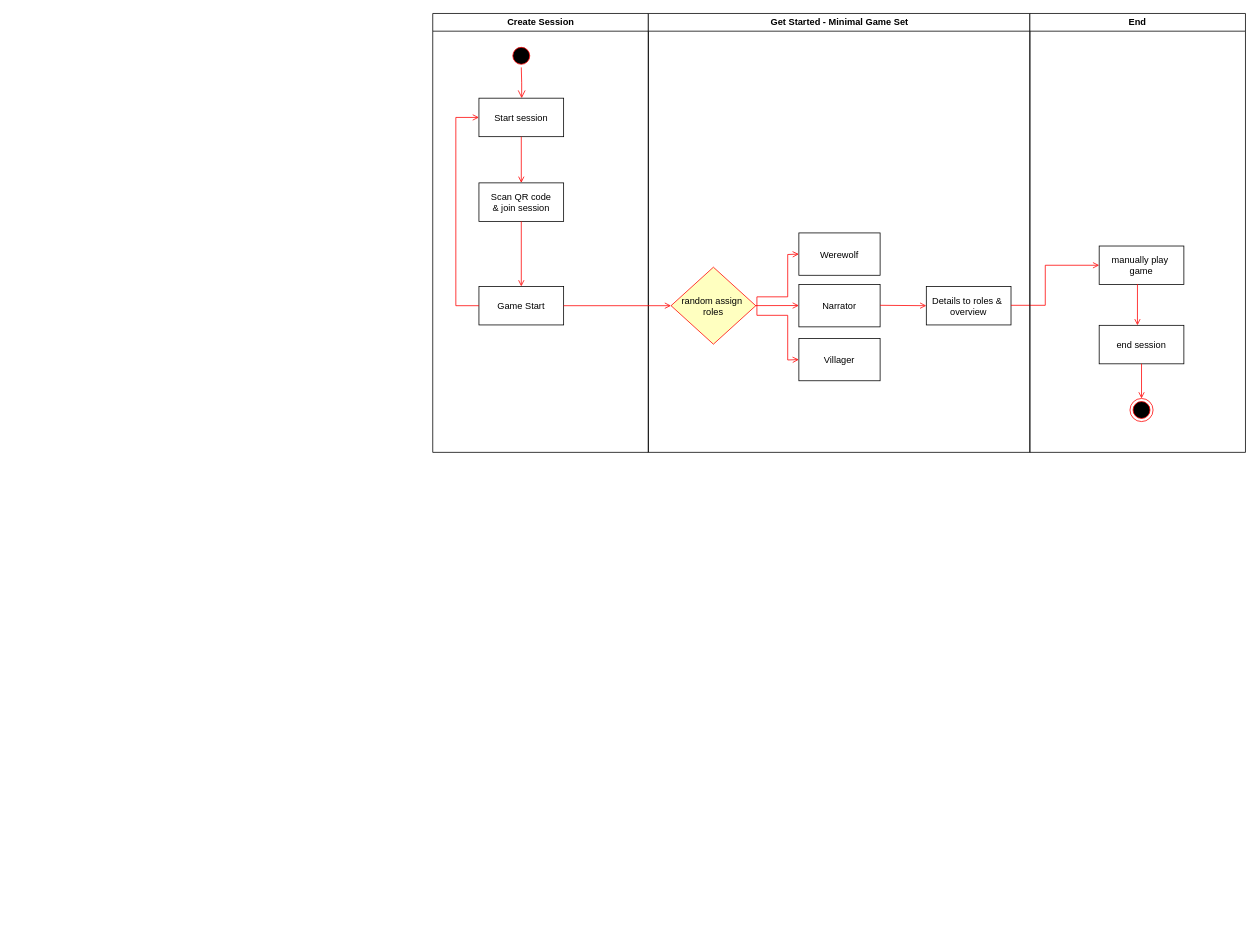
Before: Untitled Diagram.drawio in stefBean/werewolve, a draw.io diagram. Source tidied: cells renumbered, new cells numbered last; positions are measured from the earlier drawing's top-left corner, leaving out a move shared by most shapes. Both pictures are drawn from the tidied source at 77%, with x=0, y=0 at pixel (432, 13).
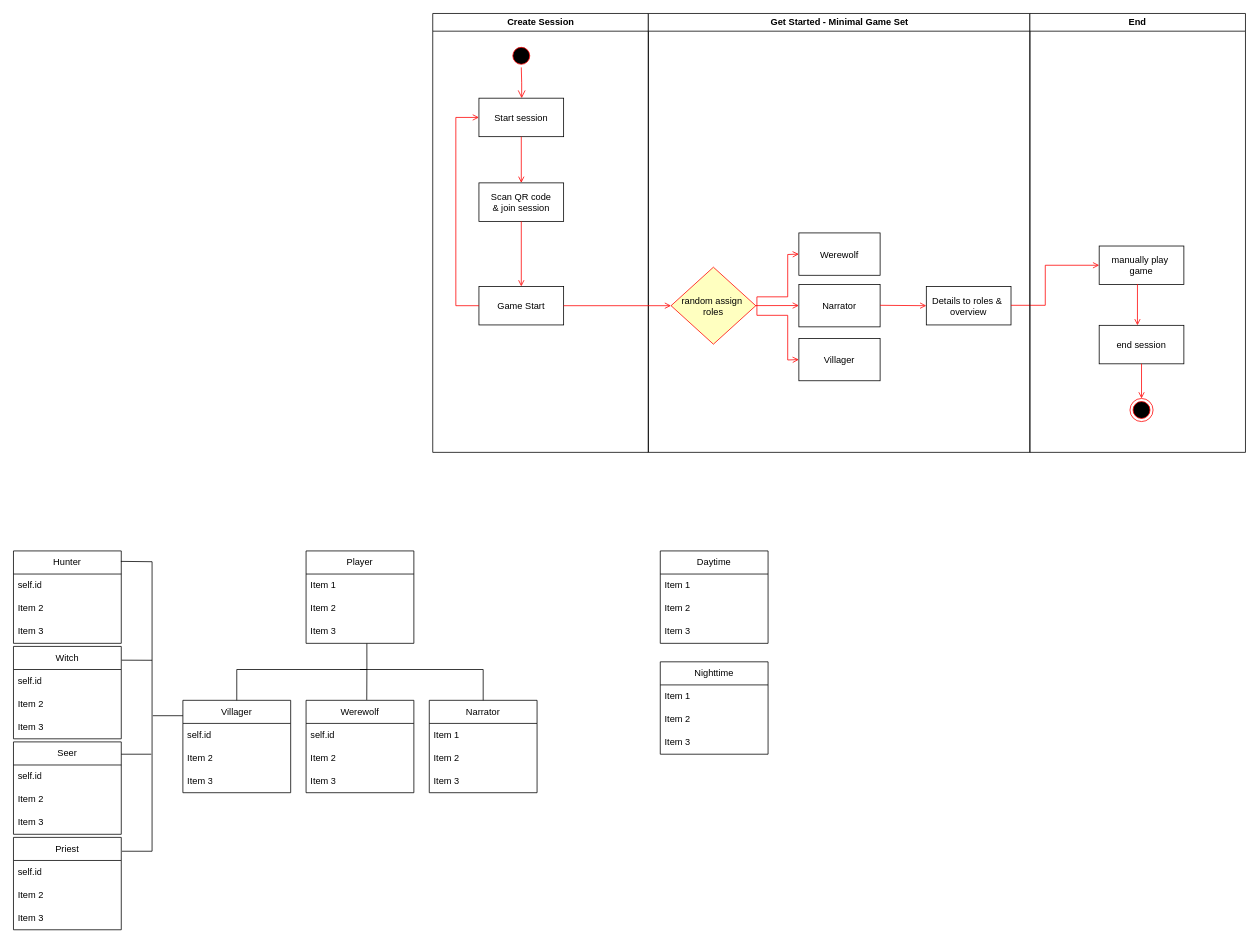
Above is the later version.

Change to the diagram source:
```diff
@@
+    <mxCell id="30" value="Player" style="swimlane;fontStyle=0;horizontal=1;startSize=30;whiteSpace=wrap;html=1;" parent="1" vertex="1">
+      <mxGeometry x="-164" y="698" width="140" height="120" as="geometry" />
+    </mxCell>
+    <mxCell id="31" value="Item 1" style="text;strokeColor=none;fillColor=none;align=left;verticalAlign=middle;spacingLeft=4;spacingRight=4;overflow=hidden;whiteSpace=wrap;html=1;" parent="30" vertex="1">
+      <mxGeometry y="30" width="140" height="30" as="geometry" />
+    </mxCell>
+    <mxCell id="32" value="Item 2" style="text;strokeColor=none;fillColor=none;align=left;verticalAlign=middle;spacingLeft=4;spacingRight=4;overflow=hidden;whiteSpace=wrap;html=1;" parent="30" vertex="1">
+      <mxGeometry y="60" width="140" height="30" as="geometry" />
+    </mxCell>
+    <mxCell id="33" value="Item 3" style="text;strokeColor=none;fillColor=none;align=left;verticalAlign=middle;spacingLeft=4;spacingRight=4;overflow=hidden;points=[[0,0.5],[1,0.5]];portConstraint=eastwest;whiteSpace=wrap;html=1;" parent="30" vertex="1">
+      <mxGeometry y="90" width="140" height="30" as="geometry" />
+    </mxCell>
+    <mxCell id="34" value="Werewolf" style="swimlane;fontStyle=0;horizontal=1;startSize=30;whiteSpace=wrap;html=1;" parent="1" vertex="1">
+      <mxGeometry x="-164" y="892" width="140" height="120" as="geometry" />
+    </mxCell>
+    <mxCell id="35" value="self.id" style="text;strokeColor=none;fillColor=none;align=left;verticalAlign=middle;spacingLeft=4;spacingRight=4;overflow=hidden;whiteSpace=wrap;html=1;" parent="34" vertex="1">
+      <mxGeometry y="30" width="140" height="30" as="geometry" />
+    </mxCell>
+    <mxCell id="36" value="Item 2" style="text;strokeColor=none;fillColor=none;align=left;verticalAlign=middle;spacingLeft=4;spacingRight=4;overflow=hidden;whiteSpace=wrap;html=1;" parent="34" vertex="1">
+      <mxGeometry y="60" width="140" height="30" as="geometry" />
+    </mxCell>
+    <mxCell id="37" value="Item 3" style="text;strokeColor=none;fillColor=none;align=left;verticalAlign=middle;spacingLeft=4;spacingRight=4;overflow=hidden;whiteSpace=wrap;html=1;" parent="34" vertex="1">
+      <mxGeometry y="90" width="140" height="30" as="geometry" />
+    </mxCell>
+    <mxCell id="38" value="Villager" style="swimlane;fontStyle=0;horizontal=1;startSize=30;whiteSpace=wrap;html=1;" parent="1" vertex="1">
+      <mxGeometry x="-324" y="892" width="140" height="120" as="geometry" />
+    </mxCell>
+    <mxCell id="39" value="self.id" style="text;strokeColor=none;fillColor=none;align=left;verticalAlign=middle;spacingLeft=4;spacingRight=4;overflow=hidden;whiteSpace=wrap;html=1;" parent="38" vertex="1">
+      <mxGeometry y="30" width="140" height="30" as="geometry" />
+    </mxCell>
+    <mxCell id="40" value="Item 2" style="text;strokeColor=none;fillColor=none;align=left;verticalAlign=middle;spacingLeft=4;spacingRight=4;overflow=hidden;whiteSpace=wrap;html=1;" parent="38" vertex="1">
+      <mxGeometry y="60" width="140" height="30" as="geometry" />
+    </mxCell>
+    <mxCell id="41" value="Item 3" style="text;strokeColor=none;fillColor=none;align=left;verticalAlign=middle;spacingLeft=4;spacingRight=4;overflow=hidden;whiteSpace=wrap;html=1;" parent="38" vertex="1">
+      <mxGeometry y="90" width="140" height="30" as="geometry" />
+    </mxCell>
+    <mxCell id="42" value="Narrator" style="swimlane;fontStyle=0;horizontal=1;startSize=30;whiteSpace=wrap;html=1;" parent="1" vertex="1">
+      <mxGeometry x="-4" y="892" width="140" height="120" as="geometry" />
+    </mxCell>
+    <mxCell id="43" value="Item 1" style="text;strokeColor=none;fillColor=none;align=left;verticalAlign=middle;spacingLeft=4;spacingRight=4;overflow=hidden;whiteSpace=wrap;html=1;" parent="42" vertex="1">
+      <mxGeometry y="30" width="140" height="30" as="geometry" />
+    </mxCell>
+    <mxCell id="44" value="Item 2" style="text;strokeColor=none;fillColor=none;align=left;verticalAlign=middle;spacingLeft=4;spacingRight=4;overflow=hidden;whiteSpace=wrap;html=1;" parent="42" vertex="1">
+      <mxGeometry y="60" width="140" height="30" as="geometry" />
+    </mxCell>
+    <mxCell id="45" value="Item 3" style="text;strokeColor=none;fillColor=none;align=left;verticalAlign=middle;spacingLeft=4;spacingRight=4;overflow=hidden;whiteSpace=wrap;html=1;" parent="42" vertex="1">
+      <mxGeometry y="90" width="140" height="30" as="geometry" />
+    </mxCell>
+    <mxCell id="46" value="Priest" style="swimlane;fontStyle=0;horizontal=1;startSize=30;whiteSpace=wrap;html=1;" parent="1" vertex="1">
+      <mxGeometry x="-544" y="1070" width="140" height="120" as="geometry" />
+    </mxCell>
+    <mxCell id="47" value="self.id" style="text;strokeColor=none;fillColor=none;align=left;verticalAlign=middle;spacingLeft=4;spacingRight=4;overflow=hidden;whiteSpace=wrap;html=1;" parent="46" vertex="1">
+      <mxGeometry y="30" width="140" height="30" as="geometry" />
+    </mxCell>
+    <mxCell id="48" value="Item 2" style="text;strokeColor=none;fillColor=none;align=left;verticalAlign=middle;spacingLeft=4;spacingRight=4;overflow=hidden;whiteSpace=wrap;html=1;" parent="46" vertex="1">
+      <mxGeometry y="60" width="140" height="30" as="geometry" />
+    </mxCell>
+    <mxCell id="49" value="Item 3" style="text;strokeColor=none;fillColor=none;align=left;verticalAlign=middle;spacingLeft=4;spacingRight=4;overflow=hidden;whiteSpace=wrap;html=1;" parent="46" vertex="1">
+      <mxGeometry y="90" width="140" height="30" as="geometry" />
+    </mxCell>
+    <mxCell id="50" value="Seer" style="swimlane;fontStyle=0;horizontal=1;startSize=30;whiteSpace=wrap;html=1;" parent="1" vertex="1">
+      <mxGeometry x="-544" y="946" width="140" height="120" as="geometry" />
+    </mxCell>
+    <mxCell id="51" value="self.id" style="text;strokeColor=none;fillColor=none;align=left;verticalAlign=middle;spacingLeft=4;spacingRight=4;overflow=hidden;whiteSpace=wrap;html=1;" parent="50" vertex="1">
+      <mxGeometry y="30" width="140" height="30" as="geometry" />
+    </mxCell>
+    <mxCell id="52" value="Item 2" style="text;strokeColor=none;fillColor=none;align=left;verticalAlign=middle;spacingLeft=4;spacingRight=4;overflow=hidden;whiteSpace=wrap;html=1;" parent="50" vertex="1">
+      <mxGeometry y="60" width="140" height="30" as="geometry" />
+    </mxCell>
+    <mxCell id="53" value="Item 3" style="text;strokeColor=none;fillColor=none;align=left;verticalAlign=middle;spacingLeft=4;spacingRight=4;overflow=hidden;whiteSpace=wrap;html=1;" parent="50" vertex="1">
+      <mxGeometry y="90" width="140" height="30" as="geometry" />
+    </mxCell>
+    <mxCell id="54" value="Witch" style="swimlane;fontStyle=0;horizontal=1;startSize=30;whiteSpace=wrap;html=1;" parent="1" vertex="1">
+      <mxGeometry x="-544" y="822" width="140" height="120" as="geometry" />
+    </mxCell>
+    <mxCell id="55" value="self.id" style="text;strokeColor=none;fillColor=none;align=left;verticalAlign=middle;spacingLeft=4;spacingRight=4;overflow=hidden;whiteSpace=wrap;html=1;" parent="54" vertex="1">
+      <mxGeometry y="30" width="140" height="30" as="geometry" />
+    </mxCell>
+    <mxCell id="56" value="Item 2" style="text;strokeColor=none;fillColor=none;align=left;verticalAlign=middle;spacingLeft=4;spacingRight=4;overflow=hidden;whiteSpace=wrap;html=1;" parent="54" vertex="1">
+      <mxGeometry y="60" width="140" height="30" as="geometry" />
+    </mxCell>
+    <mxCell id="57" value="Item 3" style="text;strokeColor=none;fillColor=none;align=left;verticalAlign=middle;spacingLeft=4;spacingRight=4;overflow=hidden;whiteSpace=wrap;html=1;" parent="54" vertex="1">
+      <mxGeometry y="90" width="140" height="30" as="geometry" />
+    </mxCell>
+    <mxCell id="58" value="Hunter" style="swimlane;fontStyle=0;horizontal=1;startSize=30;whiteSpace=wrap;html=1;" parent="1" vertex="1">
+      <mxGeometry x="-544" y="698" width="140" height="120" as="geometry" />
+    </mxCell>
+    <mxCell id="59" value="self.id" style="text;strokeColor=none;fillColor=none;align=left;verticalAlign=middle;spacingLeft=4;spacingRight=4;overflow=hidden;whiteSpace=wrap;html=1;" parent="58" vertex="1">
+      <mxGeometry y="30" width="140" height="30" as="geometry" />
+    </mxCell>
+    <mxCell id="60" value="Item 2" style="text;strokeColor=none;fillColor=none;align=left;verticalAlign=middle;spacingLeft=4;spacingRight=4;overflow=hidden;whiteSpace=wrap;html=1;" parent="58" vertex="1">
+      <mxGeometry y="60" width="140" height="30" as="geometry" />
+    </mxCell>
+    <mxCell id="61" value="Item 3" style="text;strokeColor=none;fillColor=none;align=left;verticalAlign=middle;spacingLeft=4;spacingRight=4;overflow=hidden;whiteSpace=wrap;html=1;" parent="58" vertex="1">
+      <mxGeometry y="90" width="140" height="30" as="geometry" />
+    </mxCell>
+    <mxCell id="62" style="endArrow=none;html=1;rounded=0;exitX=0.996;exitY=0.113;exitDx=0;exitDy=0;exitPerimeter=0;entryX=1.007;entryY=0.15;entryDx=0;entryDy=0;entryPerimeter=0;" parent="1" edge="1" source="58" target="46">
+      <mxGeometry relative="1" as="geometry">
+        <Array as="points">
+          <mxPoint x="-364" y="712" />
+          <mxPoint x="-364" y="1088" />
+        </Array>
+      </mxGeometry>
+    </mxCell>
+    <mxCell id="63" style="endArrow=none;html=1;rounded=0;exitX=1.004;exitY=0.149;exitDx=0;exitDy=0;exitPerimeter=0;" parent="1" edge="1" source="54">
+      <mxGeometry relative="1" as="geometry">
+        <mxPoint x="-364" y="840" as="targetPoint" />
+      </mxGeometry>
+    </mxCell>
+    <mxCell id="64" style="endArrow=none;html=1;rounded=0;exitX=1.004;exitY=0.149;exitDx=0;exitDy=0;exitPerimeter=0;" parent="1" edge="1">
+      <mxGeometry relative="1" as="geometry">
+        <mxPoint x="-404" y="962" as="sourcePoint" />
+        <mxPoint x="-365" y="962" as="targetPoint" />
+      </mxGeometry>
+    </mxCell>
+    <mxCell id="65" style="endArrow=none;html=1;rounded=0;exitX=1.004;exitY=0.149;exitDx=0;exitDy=0;exitPerimeter=0;" parent="1" edge="1">
+      <mxGeometry relative="1" as="geometry">
+        <mxPoint x="-363" y="912" as="sourcePoint" />
+        <mxPoint x="-324" y="912" as="targetPoint" />
+      </mxGeometry>
+    </mxCell>
+    <mxCell id="66" style="endArrow=none;html=1;rounded=0;exitX=0.5;exitY=0;exitDx=0;exitDy=0;entryX=0.564;entryY=1.009;entryDx=0;entryDy=0;entryPerimeter=0;" parent="1" edge="1" source="38" target="33">
+      <mxGeometry relative="1" as="geometry">
+        <Array as="points">
+          <mxPoint x="-254" y="852" />
+          <mxPoint x="-85" y="852" />
+        </Array>
+      </mxGeometry>
+    </mxCell>
+    <mxCell id="67" style="endArrow=none;html=1;rounded=0;entryX=0.5;entryY=0;entryDx=0;entryDy=0;" parent="1" edge="1" target="42">
+      <mxGeometry relative="1" as="geometry">
+        <mxPoint x="-94" y="852" as="sourcePoint" />
+        <Array as="points">
+          <mxPoint x="66" y="852" />
+        </Array>
+      </mxGeometry>
+    </mxCell>
+    <mxCell id="68" style="endArrow=none;html=1;rounded=0;exitX=0.57;exitY=-0.004;exitDx=0;exitDy=0;exitPerimeter=0;" parent="1" edge="1">
+      <mxGeometry relative="1" as="geometry">
+        <mxPoint x="-85.2" y="891.5" as="sourcePoint" />
+        <mxPoint x="-85" y="852" as="targetPoint" />
+      </mxGeometry>
+    </mxCell>
+    <mxCell id="69" value="Daytime" style="swimlane;fontStyle=0;horizontal=1;startSize=30;whiteSpace=wrap;html=1;" parent="1" vertex="1">
+      <mxGeometry x="296" y="698" width="140" height="120" as="geometry" />
+    </mxCell>
+    <mxCell id="70" value="Item 1" style="text;strokeColor=none;fillColor=none;align=left;verticalAlign=middle;spacingLeft=4;spacingRight=4;overflow=hidden;whiteSpace=wrap;html=1;" parent="69" vertex="1">
+      <mxGeometry y="30" width="140" height="30" as="geometry" />
+    </mxCell>
+    <mxCell id="71" value="Item 2" style="text;strokeColor=none;fillColor=none;align=left;verticalAlign=middle;spacingLeft=4;spacingRight=4;overflow=hidden;whiteSpace=wrap;html=1;" parent="69" vertex="1">
+      <mxGeometry y="60" width="140" height="30" as="geometry" />
+    </mxCell>
+    <mxCell id="72" value="Item 3" style="text;strokeColor=none;fillColor=none;align=left;verticalAlign=middle;spacingLeft=4;spacingRight=4;overflow=hidden;whiteSpace=wrap;html=1;" parent="69" vertex="1">
+      <mxGeometry y="90" width="140" height="30" as="geometry" />
+    </mxCell>
+    <mxCell id="73" value="Nighttime" style="swimlane;fontStyle=0;horizontal=1;startSize=30;whiteSpace=wrap;html=1;" parent="1" vertex="1">
+      <mxGeometry x="296" y="842" width="140" height="120" as="geometry" />
+    </mxCell>
+    <mxCell id="74" value="Item 1" style="text;strokeColor=none;fillColor=none;align=left;verticalAlign=middle;spacingLeft=4;spacingRight=4;overflow=hidden;whiteSpace=wrap;html=1;" parent="73" vertex="1">
+      <mxGeometry y="30" width="140" height="30" as="geometry" />
+    </mxCell>
+    <mxCell id="75" value="Item 2" style="text;strokeColor=none;fillColor=none;align=left;verticalAlign=middle;spacingLeft=4;spacingRight=4;overflow=hidden;whiteSpace=wrap;html=1;" parent="73" vertex="1">
+      <mxGeometry y="60" width="140" height="30" as="geometry" />
+    </mxCell>
+    <mxCell id="76" value="Item 3" style="text;strokeColor=none;fillColor=none;align=left;verticalAlign=middle;spacingLeft=4;spacingRight=4;overflow=hidden;whiteSpace=wrap;html=1;" parent="73" vertex="1">
+      <mxGeometry y="90" width="140" height="30" as="geometry" />
+    </mxCell>
```
